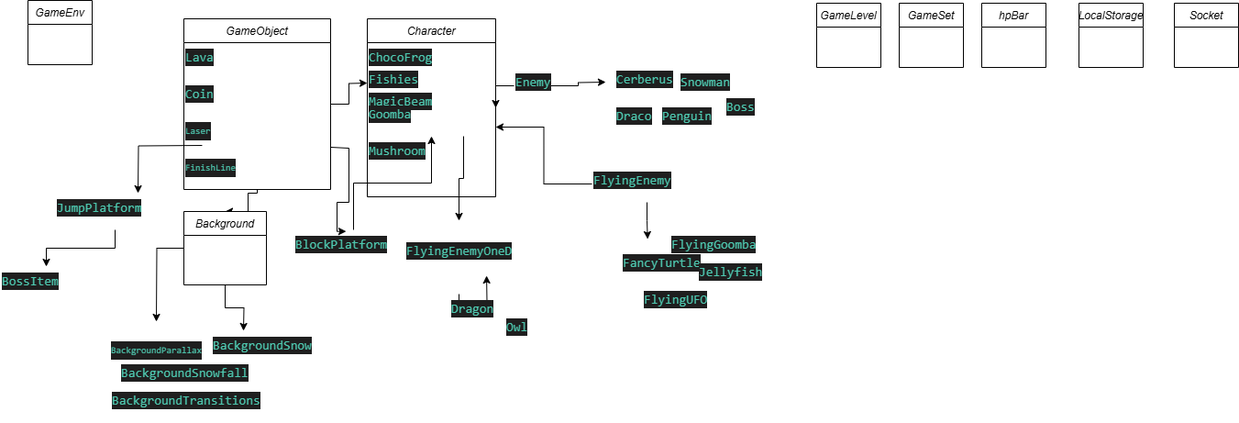
Earlier version of the draw.io export images/platformer-structure-diagram.drawio.png (casonpollak/cason_2025). Source tidied: cells renumbered, new cells last; positions are measured from the earlier drawing's top-left corner, leaving out a move shared by most shapes.
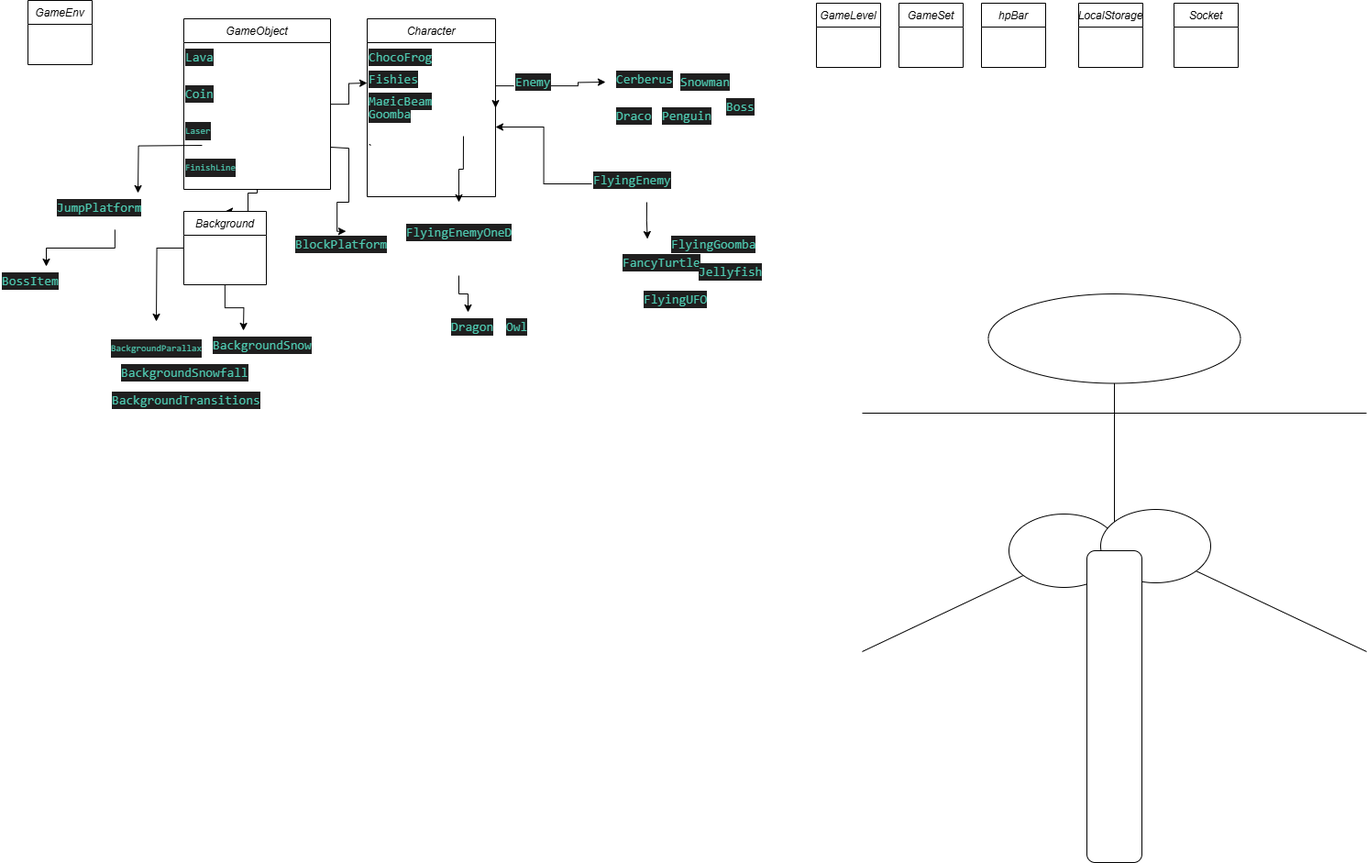
After the commit.

The edit, as a diff of the source:
```diff
@@ -46,8 +46,8 @@
     <mxCell id="13" value="&lt;div style=&quot;color: #cccccc;background-color: #1f1f1f;font-family: Consolas, 'Courier New', monospace;font-weight: normal;font-size: 14px;line-height: 19px;white-space: pre;&quot;&gt;&lt;div&gt;&lt;span style=&quot;color: #4ec9b0;&quot;&gt;Goomba&lt;/span&gt;&lt;/div&gt;&lt;/div&gt;" style="text;whiteSpace=wrap;html=1;" parent="9" vertex="1">
       <mxGeometry y="88" width="140" height="40" as="geometry" />
     </mxCell>
-    <mxCell id="14" value="&lt;div style=&quot;color: #cccccc;background-color: #1f1f1f;font-family: Consolas, 'Courier New', monospace;font-weight: normal;font-size: 14px;line-height: 19px;white-space: pre;&quot;&gt;&lt;div&gt;&lt;span style=&quot;color: #4ec9b0;&quot;&gt;Mushroom&lt;/span&gt;&lt;/div&gt;&lt;/div&gt;" style="text;whiteSpace=wrap;html=1;" parent="9" vertex="1">
-      <mxGeometry y="128" width="140" height="66" as="geometry" />
+    <mxCell id="14" value="`" style="text;whiteSpace=wrap;html=1;" parent="9" vertex="1">
+      <mxGeometry y="128" width="140" height="32" as="geometry" />
     </mxCell>
     <mxCell id="15" value="&lt;br&gt;&lt;div style=&quot;color: rgb(204, 204, 204); background-color: rgb(31, 31, 31); font-family: Consolas, &amp;quot;Courier New&amp;quot;, monospace; font-weight: normal; line-height: 19px; white-space: pre;&quot;&gt;&lt;div style=&quot;&quot;&gt;&lt;span style=&quot;color: rgb(78, 201, 176);&quot;&gt;&lt;font style=&quot;font-size: 10px;&quot;&gt;BackgroundParallax&lt;/font&gt;&lt;/span&gt;&lt;/div&gt;&lt;/div&gt;&lt;div&gt;&lt;br/&gt;&lt;/div&gt;" style="edgeStyle=orthogonalEdgeStyle;rounded=0;jettySize=auto;html=1;" parent="1" edge="1" source="17">
       <mxGeometry x="1" y="30" relative="1" as="geometry">
@@ -79,22 +79,18 @@
           <mxPoint x="380" y="161" />
           <mxPoint x="380" y="220" />
           <mxPoint x="367" y="220" />
+          <mxPoint x="367" y="252" />
         </Array>
       </mxGeometry>
     </mxCell>
-    <mxCell id="22" style="edgeStyle=orthogonalEdgeStyle;rounded=0;jettySize=auto;html=1;" parent="1" edge="1" source="23" target="13">
-      <mxGeometry relative="1" as="geometry" />
-    </mxCell>
     <mxCell id="23" value="&lt;div style=&quot;color: #cccccc;background-color: #1f1f1f;font-family: Consolas, 'Courier New', monospace;font-weight: normal;font-size: 14px;line-height: 19px;white-space: pre;&quot;&gt;&lt;div&gt;&lt;span style=&quot;color: #4ec9b0;&quot;&gt;BlockPlatform&lt;/span&gt;&lt;/div&gt;&lt;/div&gt;" style="text;whiteSpace=wrap;html=1;" parent="1" vertex="1">
       <mxGeometry x="320" y="250" width="130" height="40" as="geometry" />
     </mxCell>
-    <mxCell id="24" style="edgeStyle=orthogonalEdgeStyle;rounded=0;jettySize=auto;html=1;" parent="1" edge="1" source="25">
-      <mxGeometry relative="1" as="geometry">
-        <mxPoint x="530.1" y="300" as="targetPoint" />
-      </mxGeometry>
+    <mxCell id="24" style="edgeStyle=orthogonalEdgeStyle;rounded=0;jettySize=auto;html=1;entryX=0.25;entryY=0;entryDx=0;entryDy=0;" parent="1" edge="1" source="25" target="43">
+      <mxGeometry relative="1" as="geometry" />
     </mxCell>
     <mxCell id="25" value="&#10;&lt;div style=&quot;color: #cccccc;background-color: #1f1f1f;font-family: Consolas, 'Courier New', monospace;font-weight: normal;font-size: 14px;line-height: 19px;white-space: pre;&quot;&gt;&lt;div&gt;&lt;span style=&quot;color: #4ec9b0;&quot;&gt;FlyingEnemyOneD&lt;/span&gt;&lt;/div&gt;&lt;/div&gt;&#10;&#10;" style="text;html=1;align=center;verticalAlign=middle;points=[];strokeColor=none;fillColor=none;" parent="1" vertex="1">
-      <mxGeometry x="430" y="240" width="140" height="80" as="geometry" />
+      <mxGeometry x="430" y="220" width="140" height="80" as="geometry" />
     </mxCell>
     <mxCell id="26" value="&lt;div style=&quot;color: #cccccc;background-color: #1f1f1f;font-family: Consolas, 'Courier New', monospace;font-weight: normal;font-size: 14px;line-height: 19px;white-space: pre;&quot;&gt;&lt;div&gt;&lt;span style=&quot;color: #4ec9b0;&quot;&gt;Boss&lt;/span&gt;&lt;/div&gt;&lt;/div&gt;" style="text;whiteSpace=wrap;html=1;" parent="1" vertex="1">
       <mxGeometry x="790" y="100" width="60" height="40" as="geometry" />
@@ -155,7 +151,7 @@
       <mxGeometry relative="1" as="geometry" />
     </mxCell>
     <mxCell id="43" value="&lt;div style=&quot;color: #cccccc;background-color: #1f1f1f;font-family: Consolas, 'Courier New', monospace;font-weight: normal;font-size: 14px;line-height: 19px;white-space: pre;&quot;&gt;&lt;div&gt;&lt;span style=&quot;color: #4ec9b0;&quot;&gt;Dragon&lt;/span&gt;&lt;/div&gt;&lt;/div&gt;" style="text;whiteSpace=wrap;html=1;" parent="1" vertex="1">
-      <mxGeometry x="490" y="320" width="80" height="40" as="geometry" />
+      <mxGeometry x="490" y="340" width="80" height="20" as="geometry" />
     </mxCell>
     <mxCell id="44" value="&lt;div style=&quot;color: #cccccc;background-color: #1f1f1f;font-family: Consolas, 'Courier New', monospace;font-weight: normal;font-size: 14px;line-height: 19px;white-space: pre;&quot;&gt;&lt;div&gt;&lt;span style=&quot;color: #4ec9b0;&quot;&gt;FlyingGoomba&lt;/span&gt;&lt;/div&gt;&lt;/div&gt;" style="text;whiteSpace=wrap;html=1;" parent="1" vertex="1">
       <mxGeometry x="730" y="250" width="130" height="40" as="geometry" />
@@ -187,5 +183,17 @@
     <mxCell id="53" value="Socket" style="swimlane;fontStyle=2;align=center;verticalAlign=top;horizontal=1;startSize=26;rounded=0;shadow=0;strokeWidth=1;" parent="1" vertex="1">
       <mxGeometry x="1280" y="3" width="70" height="70" as="geometry" />
     </mxCell>
+    <mxCell id="54" value="Actor" style="shape=umlActor;verticalLabelPosition=bottom;verticalAlign=top;html=1;" parent="1" vertex="1">
+      <mxGeometry x="940" y="320" width="550" height="390" as="geometry" />
+    </mxCell>
+    <mxCell id="55" style="ellipse;whiteSpace=wrap;html=1;" parent="1" vertex="1">
+      <mxGeometry x="1100" y="560" width="120" height="80" as="geometry" />
+    </mxCell>
+    <mxCell id="56" style="ellipse;whiteSpace=wrap;html=1;" parent="1" vertex="1">
+      <mxGeometry x="1200" y="555" width="120" height="80" as="geometry" />
+    </mxCell>
+    <mxCell id="57" style="rounded=1;whiteSpace=wrap;html=1;direction=south;" parent="1" vertex="1">
+      <mxGeometry x="1185" y="600" width="60" height="340" as="geometry" />
+    </mxCell>
   </root>
 </mxGraphModel>
```
